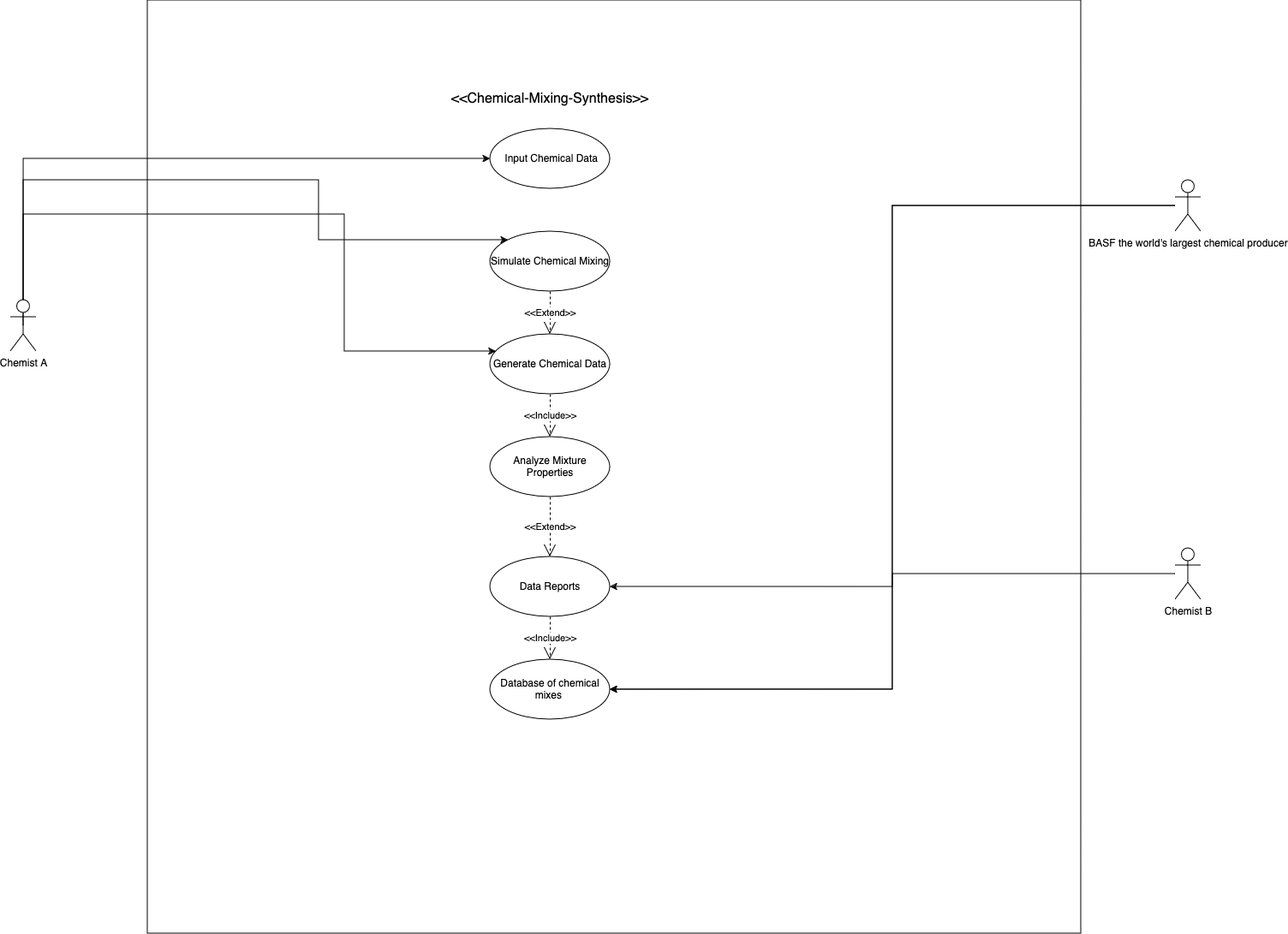
Earlier version of the draw.io export use-case.png (a-l-a-z-a-r/Chemical-Mixing-Data-Synthesis). Source tidied: cells renumbered, new cells last; positions are measured from the earlier drawing's top-left corner, leaving out a move shared by most shapes.
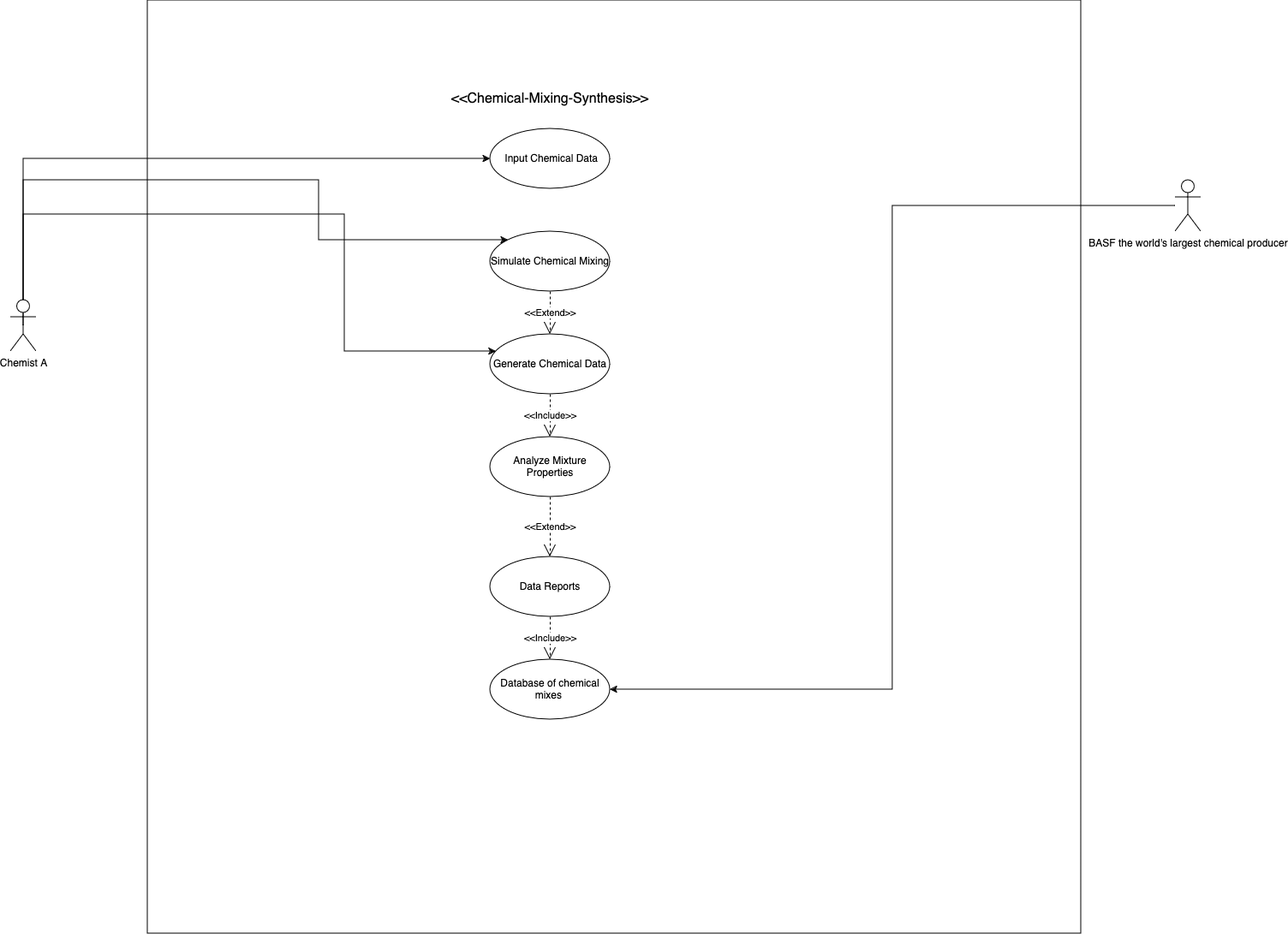
Later version of the same file.

Diff of the diagram source:
```diff
@@ -33,9 +33,6 @@
     <mxCell id="6" value="Chemist A" style="shape=umlActor;verticalLabelPosition=bottom;verticalAlign=top;html=1;outlineConnect=0;labelBackgroundColor=none;" parent="1" vertex="1">
       <mxGeometry y="350" width="30" height="60" as="geometry" />
     </mxCell>
-    <mxCell id="7" style="edgeStyle=orthogonalEdgeStyle;rounded=0;jettySize=auto;html=1;entryX=1;entryY=0.5;entryDx=0;entryDy=0;" parent="1" edge="1" source="9" target="14">
-      <mxGeometry relative="1" as="geometry" />
-    </mxCell>
     <mxCell id="8" style="edgeStyle=orthogonalEdgeStyle;rounded=0;jettySize=auto;html=1;entryX=1;entryY=0.5;entryDx=0;entryDy=0;" parent="1" edge="1" source="9" target="19">
       <mxGeometry relative="1" as="geometry" />
     </mxCell>
@@ -72,12 +69,6 @@
     <mxCell id="19" value="Database of chemical mixes&amp;nbsp; " style="ellipse;whiteSpace=wrap;html=1;" parent="1" vertex="1">
       <mxGeometry x="560" y="770" width="140" height="70" as="geometry" />
     </mxCell>
-    <mxCell id="20" style="edgeStyle=orthogonalEdgeStyle;rounded=0;jettySize=auto;html=1;entryX=1;entryY=0.5;entryDx=0;entryDy=0;" parent="1" edge="1" source="21" target="19">
-      <mxGeometry relative="1" as="geometry" />
-    </mxCell>
-    <mxCell id="21" value="Chemist B" style="shape=umlActor;verticalLabelPosition=bottom;verticalAlign=top;html=1;" parent="1" vertex="1">
-      <mxGeometry x="1360" y="640" width="30" height="60" as="geometry" />
-    </mxCell>
     <mxCell id="22" value="&amp;lt;&amp;lt;Include&amp;gt;&amp;gt; " style="endArrow=open;endSize=12;dashed=1;html=1;rounded=0;entryX=0.5;entryY=0;entryDx=0;entryDy=0;" parent="1" edge="1" source="14" target="19">
       <mxGeometry relative="1" as="geometry" />
     </mxCell>
```
